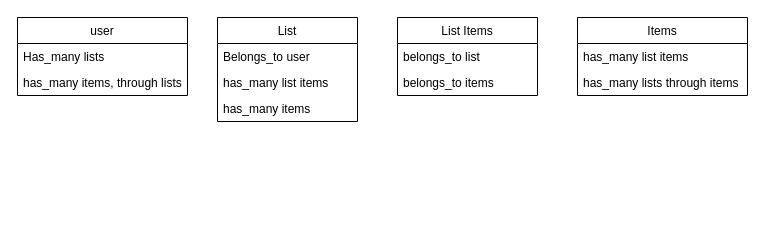
This is page "Page-1" (1 of 2) of client/src/.dio from danolef/my-lists, a draw.io file, before an edit. Source tidied: cells renumbered, new cells numbered last; positions are measured from the earlier drawing's top-left corner, leaving out a move shared by most shapes. Both pictures are drawn from the tidied source at 100%, with x=0, y=0 at pixel (17, 17).
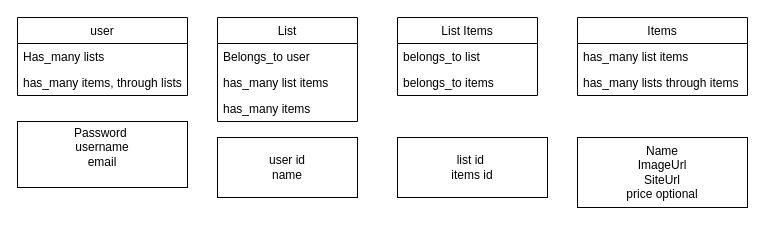
After the change.

Change to the diagram source:
```diff
@@
 <mxGraphModel>
   <root>
     <mxCell id="0" />
     <mxCell id="1" parent="0" />
     <mxCell id="2" value="user" style="swimlane;fontStyle=0;horizontal=1;startSize=26;" parent="1" vertex="1">
       <mxGeometry width="170" height="78" as="geometry" />
     </mxCell>
     <mxCell id="3" value="Has_many lists" style="text;strokeColor=none;fillColor=none;align=left;verticalAlign=top;spacingLeft=4;spacingRight=4;overflow=hidden;" parent="2" vertex="1">
       <mxGeometry y="26" width="170" height="26" as="geometry" />
     </mxCell>
     <mxCell id="4" value="has_many items, through lists" style="text;strokeColor=none;fillColor=none;align=left;verticalAlign=top;spacingLeft=4;spacingRight=4;overflow=hidden;" parent="2" vertex="1">
       <mxGeometry y="52" width="170" height="26" as="geometry" />
     </mxCell>
     <mxCell id="5" value="List Items" style="swimlane;fontStyle=0;horizontal=1;startSize=26;" parent="1" vertex="1">
       <mxGeometry x="380" width="140" height="78" as="geometry" />
     </mxCell>
     <mxCell id="6" value="belongs_to list" style="text;strokeColor=none;fillColor=none;align=left;verticalAlign=top;spacingLeft=4;spacingRight=4;overflow=hidden;" parent="5" vertex="1">
       <mxGeometry y="26" width="140" height="26" as="geometry" />
     </mxCell>
     <mxCell id="7" value="belongs_to items" style="text;strokeColor=none;fillColor=none;align=left;verticalAlign=top;spacingLeft=4;spacingRight=4;overflow=hidden;" parent="5" vertex="1">
       <mxGeometry y="52" width="140" height="26" as="geometry" />
     </mxCell>
     <mxCell id="8" value="Items" style="swimlane;fontStyle=0;horizontal=1;startSize=26;" parent="1" vertex="1">
       <mxGeometry x="560" width="170" height="78" as="geometry" />
     </mxCell>
     <mxCell id="9" value="has_many list items" style="text;strokeColor=none;fillColor=none;align=left;verticalAlign=top;spacingLeft=4;spacingRight=4;overflow=hidden;" parent="8" vertex="1">
       <mxGeometry y="26" width="170" height="26" as="geometry" />
     </mxCell>
     <mxCell id="10" value="has_many lists through items" style="text;strokeColor=none;fillColor=none;align=left;verticalAlign=top;spacingLeft=4;spacingRight=4;overflow=hidden;" parent="8" vertex="1">
       <mxGeometry y="52" width="170" height="26" as="geometry" />
     </mxCell>
     <mxCell id="11" value="List" style="swimlane;fontStyle=0;horizontal=1;startSize=26;" parent="1" vertex="1">
       <mxGeometry x="200" width="140" height="104" as="geometry" />
     </mxCell>
     <mxCell id="12" value="Belongs_to user" style="text;strokeColor=none;fillColor=none;align=left;verticalAlign=top;spacingLeft=4;spacingRight=4;overflow=hidden;" parent="11" vertex="1">
       <mxGeometry y="26" width="140" height="26" as="geometry" />
     </mxCell>
     <mxCell id="13" value="has_many list items" style="text;strokeColor=none;fillColor=none;align=left;verticalAlign=top;spacingLeft=4;spacingRight=4;overflow=hidden;" parent="11" vertex="1">
       <mxGeometry y="52" width="140" height="26" as="geometry" />
     </mxCell>
     <mxCell id="14" value="has_many items" style="text;strokeColor=none;fillColor=none;align=left;verticalAlign=top;spacingLeft=4;spacingRight=4;overflow=hidden;" parent="11" vertex="1">
       <mxGeometry y="78" width="140" height="26" as="geometry" />
     </mxCell>
+    <mxCell id="15" value="Password&amp;nbsp;&lt;br&gt;username&lt;br&gt;email&lt;br&gt;&lt;br&gt;" style="rounded=0;whiteSpace=wrap;html=1;" parent="1" vertex="1">
+      <mxGeometry y="104" width="170" height="66" as="geometry" />
+    </mxCell>
+    <mxCell id="16" value="user id&lt;br&gt;name" style="rounded=0;whiteSpace=wrap;html=1;" parent="1" vertex="1">
+      <mxGeometry x="200" y="120" width="140" height="60" as="geometry" />
+    </mxCell>
+    <mxCell id="17" value="list id&amp;nbsp;&lt;br&gt;items id&lt;br&gt;" style="rounded=0;whiteSpace=wrap;html=1;" parent="1" vertex="1">
+      <mxGeometry x="380" y="120" width="150" height="60" as="geometry" />
+    </mxCell>
+    <mxCell id="18" value="Name&lt;br&gt;ImageUrl&lt;br&gt;SiteUrl&lt;br&gt;price optional" style="rounded=0;whiteSpace=wrap;html=1;" parent="1" vertex="1">
+      <mxGeometry x="560" y="120" width="170" height="70" as="geometry" />
+    </mxCell>
   </root>
 </mxGraphModel>
```
